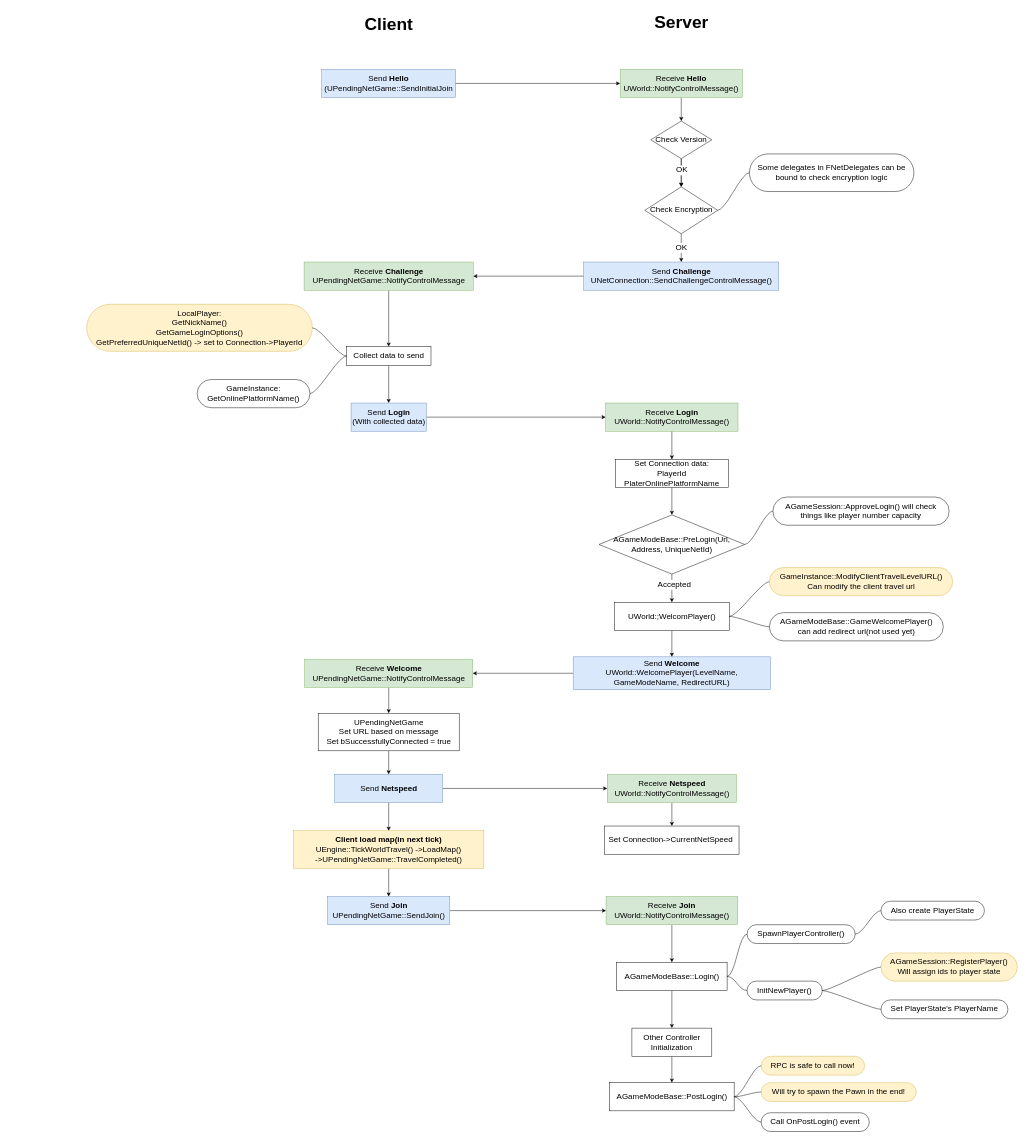
This is UEGameModeConnectionFlow.drawio from tcmxx/TCMXXDrawIO, a draw.io file, before an edit. Source tidied: cells renumbered, new cells numbered last; positions are measured from the earlier drawing's top-left corner, leaving out a move shared by most shapes. Both pictures are drawn from the tidied source at 47%, with x=0, y=0 at pixel (86, 8).
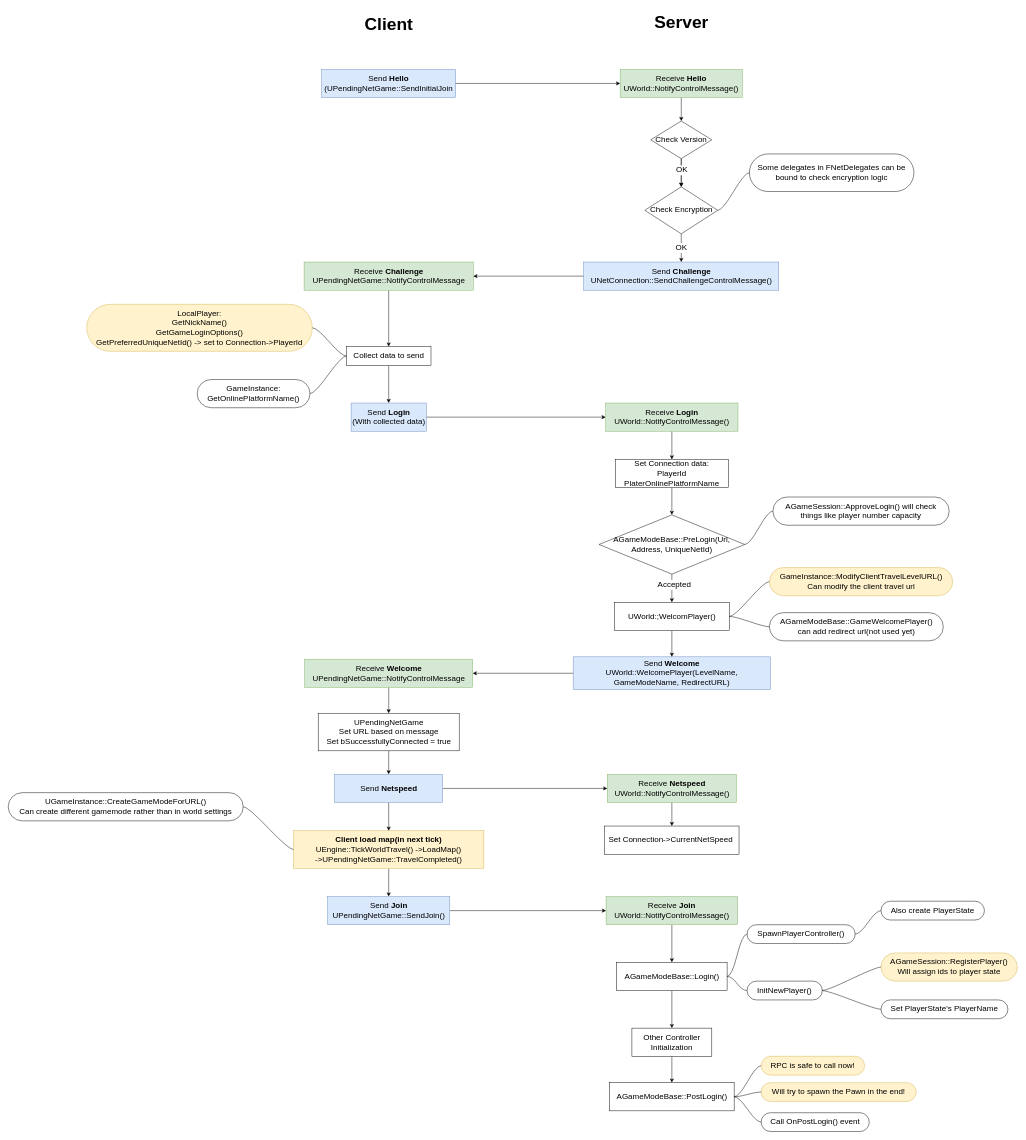
Above is the later version.

Commit message:
Added gamemode create comments

The change refers to these unchanged cells:
```xml
<mxCell id="34" value="&lt;b&gt;Client load map(in next tick)&lt;/b&gt;&lt;br&gt;UEngine::TickWorldTravel() -&amp;gt;LoadMap()&lt;br style=&quot;font-size: 17px;&quot;&gt;-&amp;gt;UPendingNetGame::TravelCompleted()" style="whiteSpace=wrap;html=1;fontSize=17;fillColor=#fff2cc;strokeColor=#d6b656;" parent="1" vertex="1">
  <mxGeometry x="440" y="1750" width="405" height="80" as="geometry" />
</mxCell>
```

What changed in the source:
```diff
@@
+    <mxCell id="83" value="UGameInstance::CreateGameModeForURL()&lt;br&gt;Can create different gamemode rather than in world settings" style="whiteSpace=wrap;html=1;rounded=1;arcSize=50;align=center;verticalAlign=middle;strokeWidth=1;spacing=4;newEdgeStyle={&quot;edgeStyle&quot;:&quot;entityRelationEdgeStyle&quot;,&quot;startArrow&quot;:&quot;none&quot;,&quot;endArrow&quot;:&quot;none&quot;,&quot;segment&quot;:10,&quot;curved&quot;:1,&quot;sourcePerimeterSpacing&quot;:0,&quot;targetPerimeterSpacing&quot;:0};fontSize=17;" parent="1" vertex="1">
+      <mxGeometry x="-167" y="1669" width="500" height="60" as="geometry" />
+    </mxCell>
+    <mxCell id="84" style="edgeStyle=entityRelationEdgeStyle;startArrow=none;endArrow=none;segment=10;curved=1;sourcePerimeterSpacing=0;targetPerimeterSpacing=0;rounded=0;exitX=0;exitY=0.5;exitDx=0;exitDy=0;" parent="1" edge="1" source="34" target="83">
+      <mxGeometry relative="1" as="geometry" />
+    </mxCell>
```
